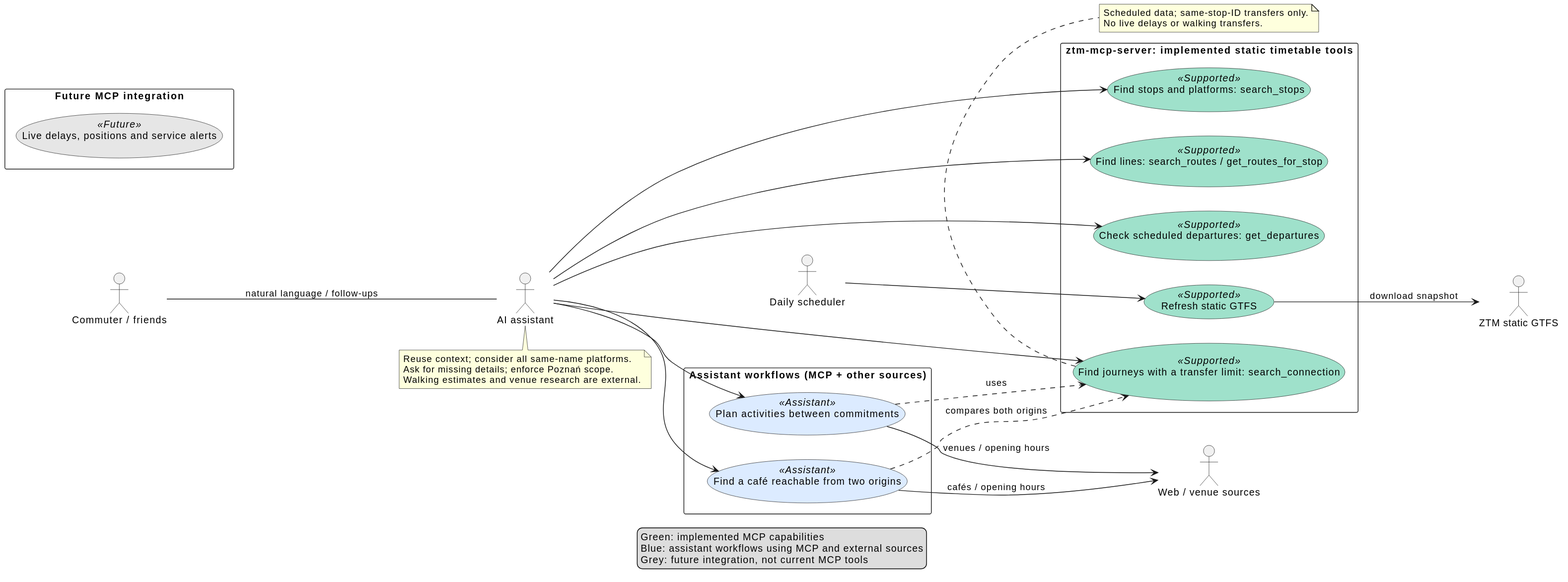
Before: docs/diagrams/ztm-mcp-use-case.svg, a diagram exported from PlantUML (poznan-ai-transit/ztm-mcp-server). Its source is kept beside it as docs/diagrams/ztm-mcp-use-case.puml.
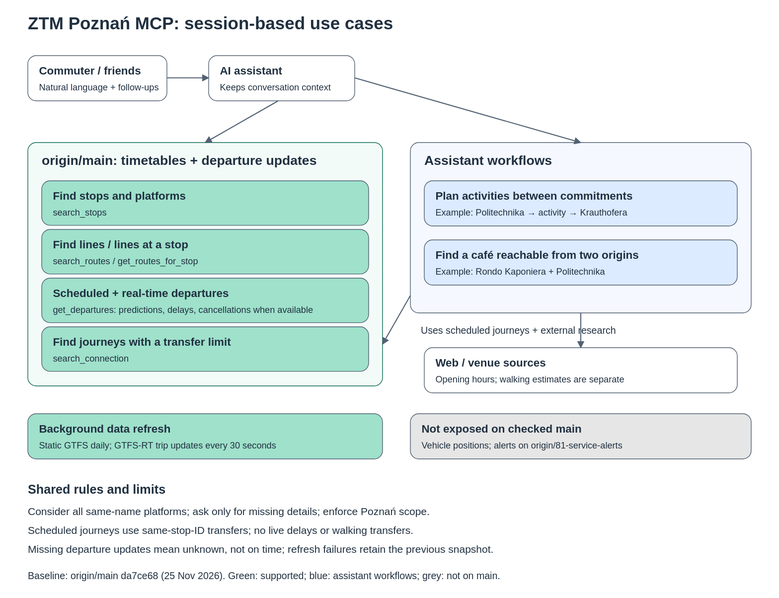
After the commit.

Commit message:
docs: reflect real-time departure support in use cases

The edit, as a diff of the source:
```diff
@@ -12,20 +12,23 @@
 actor "AI assistant" as agent
 actor "Web / venue sources" as web
 actor "ZTM static GTFS" as ztm
+actor "ZTM GTFS-RT trip updates" as rt
+actor "30-second refresh worker" as rtworker
 actor "Daily scheduler" as sched
 rectangle "Assistant workflows (MCP + other sources)" {
   usecase "Plan activities between commitments" as activity <<Assistant>>
   usecase "Find a café reachable from two origins" as meeting <<Assistant>>
 }
-rectangle "ztm-mcp-server: implemented static timetable tools" {
+rectangle "ztm-mcp-server: origin/main capabilities" {
   usecase "Find stops and platforms: search_stops" as stops <<Supported>>
   usecase "Find lines: search_routes / get_routes_for_stop" as lines <<Supported>>
-  usecase "Check scheduled departures: get_departures" as deps <<Supported>>
+  usecase "Scheduled + real-time departures: get_departures" as deps <<Supported>>
   usecase "Find journeys with a transfer limit: search_connection" as journey <<Supported>>
   usecase "Refresh static GTFS" as refresh <<Supported>>
+  usecase "Refresh trip updates (every 30 seconds)" as refreshRT <<Supported>>
 }
-rectangle "Future MCP integration" {
-  usecase "Live delays, positions and service alerts" as live <<Future>>
+rectangle "Not exposed on checked main" {
+  usecase "Vehicle positions; service alerts (separate branch)" as live <<Future>>
 }
 user -- agent : natural language / follow-ups
 agent --> stops
@@ -40,6 +43,13 @@
 meeting --> web : cafés / opening hours
 sched --> refresh
 refresh --> ztm : download snapshot
+rtworker --> refreshRT
+refreshRT --> rt : trip_updates.pb
+deps ..> refreshRT : reads latest snapshot
+note bottom of deps
+  Predictions, delays, cancellations and skipped stops when available.
+  Missing updates do not mean on time; refresh failures retain old data.
+end note
 note bottom of journey
   Scheduled data; same-stop-ID transfers only.
   No live delays or walking transfers.
@@ -50,8 +60,8 @@
   Walking estimates and venue research are external.
 end note
 legend bottom
-  Green: implemented MCP capabilities
+  Green: implemented on origin/main da7ce68
   Blue: assistant workflows using MCP and external sources
-  Grey: future integration, not current MCP tools
+  Grey: not exposed on checked main; alerts on origin/81-service-alerts
 endlegend
 @enduml
```
